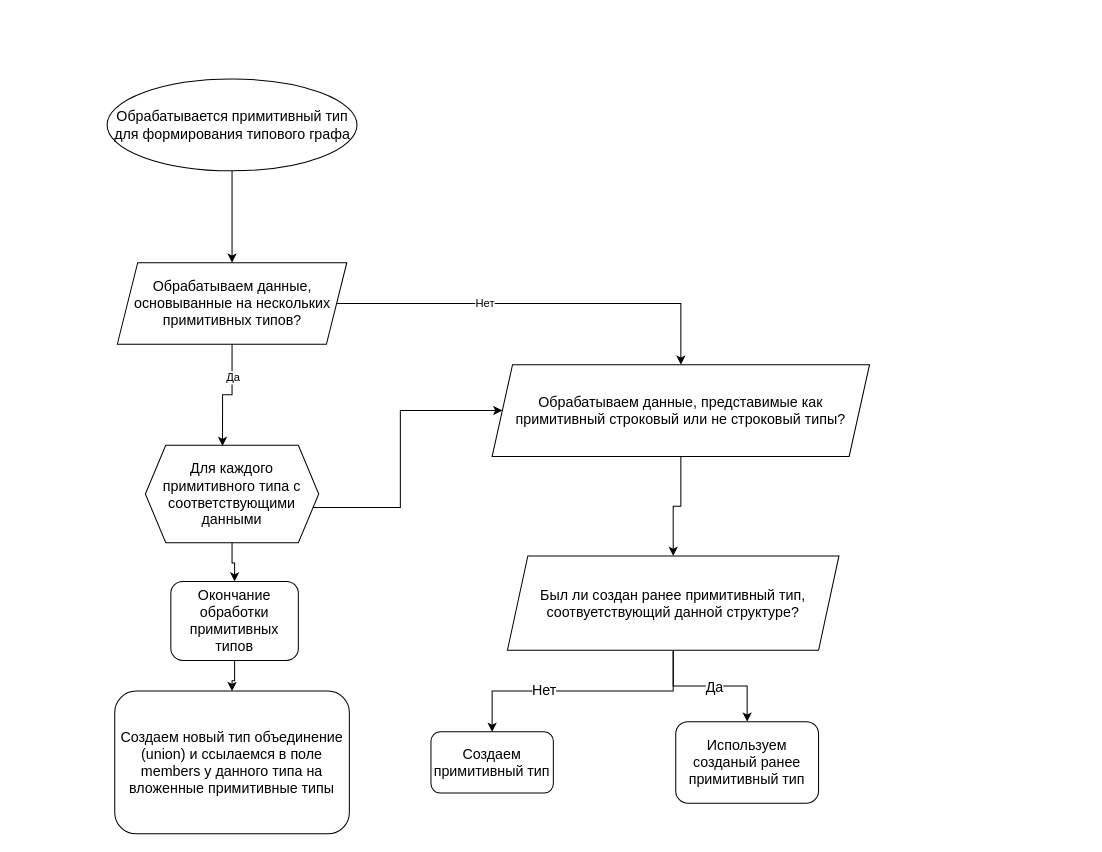
Before: doc/Обработка примитивных типов и объединений для формирования типового графа.drawio in mrsadman99/quicktypeJsonToJsonSchema, a draw.io diagram. Source tidied: cells renumbered, new cells numbered last; positions are measured from the earlier drawing's top-left corner, leaving out a move shared by most shapes. Both pictures are drawn from the tidied source at 102%, with x=0, y=0 at pixel (106, 79).
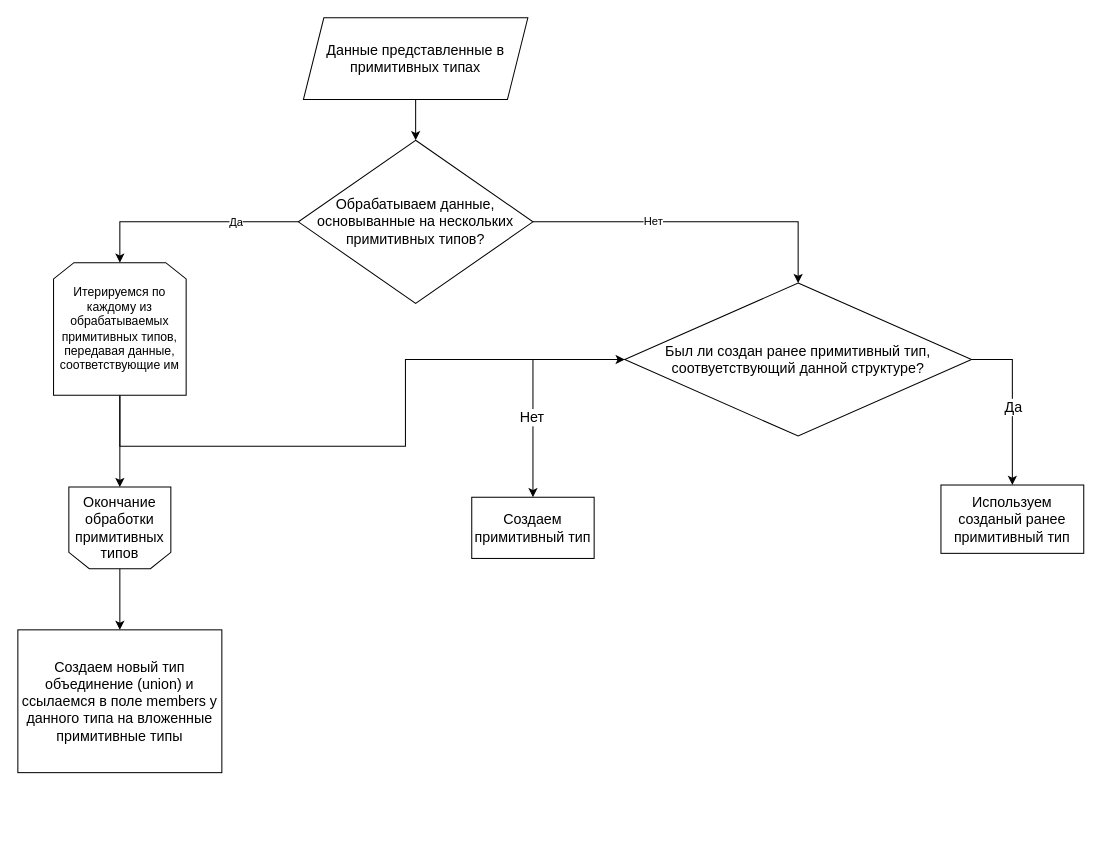
After the change.

Diff of the diagram source:
```diff
@@
-    <mxCell id="2" style="edgeStyle=orthogonalEdgeStyle;rounded=0;jettySize=auto;html=1;entryX=0.5;entryY=0;entryDx=0;entryDy=0;fontSize=14;" parent="1" edge="1" source="3" target="10">
-      <mxGeometry relative="1" as="geometry" />
-    </mxCell>
-    <mxCell id="3" value="Обрабатываем данные, представимые как примитивный строковый или не строковый типы?" style="shape=parallelogram;perimeter=parallelogramPerimeter;whiteSpace=wrap;html=1;fixedSize=1;fontSize=14;" parent="1" vertex="1">
-      <mxGeometry x="378" y="280" width="370" height="90" as="geometry" />
-    </mxCell>
-    <mxCell id="4" value="Обрабатываем данные, основыванные на нескольких примитивных типов?" style="shape=parallelogram;perimeter=parallelogramPerimeter;whiteSpace=wrap;html=1;fixedSize=1;fontSize=14;" parent="1" vertex="1">
-      <mxGeometry x="10.5" y="180" width="225" height="80" as="geometry" />
-    </mxCell>
-    <mxCell id="5" value="Создаем новый тип объединение (union) и ссылаемся в поле members у данного типа на вложенные примитивные типы" style="rounded=1;whiteSpace=wrap;html=1;fontSize=14;" parent="1" vertex="1">
-      <mxGeometry x="8" y="600" width="230" height="140" as="geometry" />
-    </mxCell>
-    <mxCell id="6" style="edgeStyle=orthogonalEdgeStyle;rounded=0;jettySize=auto;html=1;entryX=0.5;entryY=0;entryDx=0;entryDy=0;fontSize=14;" parent="1" edge="1" source="10" target="11">
+    <mxCell id="6" style="edgeStyle=orthogonalEdgeStyle;rounded=0;jettySize=auto;html=1;entryX=0.5;entryY=0;entryDx=0;entryDy=0;fontSize=14;exitX=0;exitY=0.5;exitDx=0;exitDy=0;" parent="1" edge="1" source="10" target="11">
       <mxGeometry relative="1" as="geometry" />
     </mxCell>
@@
-    <mxCell id="8" style="edgeStyle=orthogonalEdgeStyle;rounded=0;jettySize=auto;html=1;entryX=0.5;entryY=0;entryDx=0;entryDy=0;fontSize=14;" parent="1" edge="1" source="10" target="12">
+    <mxCell id="8" style="edgeStyle=orthogonalEdgeStyle;rounded=0;jettySize=auto;html=1;entryX=0.5;entryY=0;entryDx=0;entryDy=0;fontSize=14;exitX=1;exitY=0.5;exitDx=0;exitDy=0;" parent="1" edge="1" source="10" target="12">
       <mxGeometry relative="1" as="geometry" />
     </mxCell>
@@
+    <mxCell id="14" style="edgeStyle=orthogonalEdgeStyle;rounded=0;jettySize=auto;html=1;entryX=0.5;entryY=0;entryDx=0;entryDy=0;fontSize=14;exitX=0;exitY=0.5;exitDx=0;exitDy=0;" parent="1" edge="1" source="4" target="28">
+      <mxGeometry relative="1" as="geometry" />
+    </mxCell>
+    <mxCell id="15" value="Да" style="edgeLabel;html=1;align=center;verticalAlign=middle;" parent="14" vertex="1">
+      <mxGeometry x="-0.42" relative="1" as="geometry" />
+    </mxCell>
+    <mxCell id="21" style="edgeStyle=orthogonalEdgeStyle;rounded=0;jettySize=auto;html=1;exitX=1;exitY=0.5;exitDx=0;exitDy=0;entryX=0.5;entryY=0;entryDx=0;entryDy=0;" parent="1" edge="1" source="4" target="10">
+      <mxGeometry relative="1" as="geometry" />
+    </mxCell>
+    <mxCell id="22" value="Нет" style="edgeLabel;html=1;align=center;verticalAlign=middle;" parent="21" vertex="1">
+      <mxGeometry x="-0.27" y="1" relative="1" as="geometry" />
+    </mxCell>
+    <mxCell id="24" style="edgeStyle=orthogonalEdgeStyle;rounded=0;jettySize=auto;html=1;entryX=0.5;entryY=0;entryDx=0;entryDy=0;" parent="1" edge="1" source="25" target="4">
+      <mxGeometry relative="1" as="geometry" />
+    </mxCell>
+    <mxCell id="25" value="&lt;span style=&quot;font-size: 14px;&quot;&gt;Данные представленные в примитивных типах&lt;br&gt;&lt;/span&gt;" style="shape=parallelogram;perimeter=parallelogramPerimeter;whiteSpace=wrap;html=1;fixedSize=1;" parent="1" vertex="1">
+      <mxGeometry x="193" y="-60" width="220" height="80" as="geometry" />
+    </mxCell>
+    <mxCell id="4" value="&lt;span style=&quot;font-size: 14px;&quot;&gt;Обрабатываем данные, основыванные на нескольких примитивных типов?&lt;/span&gt;" style="rhombus;whiteSpace=wrap;html=1;" parent="1" vertex="1">
+      <mxGeometry x="188" y="60" width="230" height="160" as="geometry" />
+    </mxCell>
+    <mxCell id="26" style="edgeStyle=orthogonalEdgeStyle;rounded=0;jettySize=auto;html=1;entryX=0;entryY=0.5;entryDx=0;entryDy=0;" parent="1" edge="1" source="28" target="10">
+      <mxGeometry relative="1" as="geometry">
+        <Array as="points">
+          <mxPoint x="13" y="360" />
+          <mxPoint x="293" y="360" />
+          <mxPoint x="293" y="275" />
+        </Array>
+      </mxGeometry>
+    </mxCell>
+    <mxCell id="27" style="edgeStyle=orthogonalEdgeStyle;rounded=0;jettySize=auto;html=1;entryX=0.5;entryY=1;entryDx=0;entryDy=0;" parent="1" edge="1" source="28" target="19">
+      <mxGeometry relative="1" as="geometry" />
+    </mxCell>
+    <mxCell id="28" value="Итерируемся по каждому из обрабатываемых примитивных типов, передавая данные, соответствующие им" style="shape=loopLimit;whiteSpace=wrap;html=1;" parent="1" vertex="1">
+      <mxGeometry x="-52" y="180" width="130" height="130" as="geometry" />
+    </mxCell>
-    <mxCell id="10" value="Был ли создан ранее примитивный тип, соотвуетствующий данной структуре?" style="shape=parallelogram;perimeter=parallelogramPerimeter;whiteSpace=wrap;html=1;fixedSize=1;fontSize=14;" parent="1" vertex="1">
-      <mxGeometry x="393" y="467.5" width="325" height="92.5" as="geometry" />
+    <mxCell id="10" value="&lt;span style=&quot;font-size: 14px;&quot;&gt;Был ли создан ранее примитивный тип, соотвуетствующий данной структуре?&lt;/span&gt;" style="rhombus;whiteSpace=wrap;html=1;spacingLeft=20;spacingRight=20;" parent="1" vertex="1">
+      <mxGeometry x="508" y="200" width="340" height="150" as="geometry" />
     </mxCell>
-    <mxCell id="11" value="Создаем примитивный тип" style="rounded=1;whiteSpace=wrap;html=1;fontSize=14;" parent="1" vertex="1">
-      <mxGeometry x="318" y="640" width="120" height="60" as="geometry" />
+    <mxCell id="11" value="&lt;span style=&quot;font-size: 14px;&quot;&gt;Создаем примитивный тип&lt;/span&gt;" style="rounded=0;whiteSpace=wrap;html=1;" parent="1" vertex="1">
+      <mxGeometry x="358" y="410" width="120" height="60" as="geometry" />
     </mxCell>
-    <mxCell id="12" value="Используем созданый ранее примитивный тип" style="rounded=1;whiteSpace=wrap;html=1;fontSize=14;" parent="1" vertex="1">
-      <mxGeometry x="558" y="630" width="140" height="80" as="geometry" />
+    <mxCell id="12" value="&lt;span style=&quot;font-size: 14px;&quot;&gt;Используем созданый ранее примитивный тип&lt;/span&gt;" style="rounded=0;whiteSpace=wrap;html=1;" parent="1" vertex="1">
+      <mxGeometry x="818" y="398" width="140" height="67" as="geometry" />
     </mxCell>
-    <mxCell id="13" style="edgeStyle=orthogonalEdgeStyle;rounded=0;jettySize=auto;html=1;entryX=0;entryY=0.5;entryDx=0;entryDy=0;fontSize=14;" parent="1" edge="1" source="17" target="3">
-      <mxGeometry relative="1" as="geometry">
-        <Array as="points">
-          <mxPoint x="288" y="420" />
-          <mxPoint x="288" y="325" />
-        </Array>
-      </mxGeometry>
-    </mxCell>
-    <mxCell id="14" style="edgeStyle=orthogonalEdgeStyle;rounded=0;jettySize=auto;html=1;entryX=0.445;entryY=0.007;entryDx=0;entryDy=0;entryPerimeter=0;fontSize=14;" parent="1" edge="1" source="4" target="17">
-      <mxGeometry relative="1" as="geometry" />
-    </mxCell>
-    <mxCell id="15" value="Да" style="edgeLabel;html=1;align=center;verticalAlign=middle;" parent="14" vertex="1">
-      <mxGeometry x="-0.42" relative="1" as="geometry" />
-    </mxCell>
-    <mxCell id="16" style="edgeStyle=orthogonalEdgeStyle;rounded=0;jettySize=auto;html=1;entryX=0.5;entryY=0;entryDx=0;entryDy=0;fontSize=14;" parent="1" edge="1" source="19" target="5">
+    <mxCell id="16" style="edgeStyle=orthogonalEdgeStyle;rounded=0;jettySize=auto;html=1;entryX=0.5;entryY=0;entryDx=0;entryDy=0;" parent="1" edge="1" source="19" target="5">
       <mxGeometry relative="1" as="geometry" />
     </mxCell>
-    <mxCell id="17" value="Для каждого примитивного типа с соответствующими данными" style="shape=hexagon;perimeter=hexagonPerimeter2;whiteSpace=wrap;html=1;fixedSize=1;fontSize=14;" parent="1" vertex="1">
-      <mxGeometry x="38" y="359" width="170" height="95.5" as="geometry" />
-    </mxCell>
-    <mxCell id="18" style="edgeStyle=orthogonalEdgeStyle;rounded=0;jettySize=auto;html=1;entryX=0.5;entryY=0;entryDx=0;entryDy=0;fontSize=14;" parent="1" edge="1" source="17" target="19">
-      <mxGeometry relative="1" as="geometry" />
-    </mxCell>
-    <mxCell id="19" value="Окончание обработки примитивных типов" style="rounded=1;whiteSpace=wrap;html=1;fontSize=14;" parent="1" vertex="1">
-      <mxGeometry x="63" y="492.5" width="125" height="77.5" as="geometry" />
+    <mxCell id="19" value="&lt;span style=&quot;font-size: 14px;&quot;&gt;Окончание обработки примитивных типов&lt;/span&gt;" style="shape=loopLimit;whiteSpace=wrap;html=1;direction=west;" parent="1" vertex="1">
+      <mxGeometry x="-37" y="400" width="100" height="80" as="geometry" />
     </mxCell>
-    <mxCell id="20" style="edgeStyle=orthogonalEdgeStyle;rounded=0;jettySize=auto;html=1;" parent="1" edge="1" source="23" target="4">
-      <mxGeometry relative="1" as="geometry" />
-    </mxCell>
-    <mxCell id="21" style="edgeStyle=orthogonalEdgeStyle;rounded=0;jettySize=auto;html=1;exitX=1;exitY=0.5;exitDx=0;exitDy=0;" parent="1" edge="1" source="4" target="3">
-      <mxGeometry relative="1" as="geometry" />
-    </mxCell>
-    <mxCell id="22" value="Нет" style="edgeLabel;html=1;align=center;verticalAlign=middle;" parent="21" vertex="1">
-      <mxGeometry x="-0.27" y="1" relative="1" as="geometry" />
-    </mxCell>
-    <mxCell id="23" value="Обрабатывается примитивный тип&lt;div&gt;для формирования типового графа&lt;/div&gt;" style="ellipse;whiteSpace=wrap;html=1;fontSize=14;" parent="1" vertex="1">
-      <mxGeometry x="0.5" width="245" height="90" as="geometry" />
-    </mxCell>
+    <mxCell id="5" value="&lt;span style=&quot;font-size: 14px;&quot;&gt;Создаем новый тип объединение (union) и ссылаемся в поле members у данного типа на вложенные примитивные типы&lt;/span&gt;" style="rounded=0;whiteSpace=wrap;html=1;" parent="1" vertex="1">
+      <mxGeometry x="-87" y="540" width="200" height="140" as="geometry" />
+    </mxCell>
```
